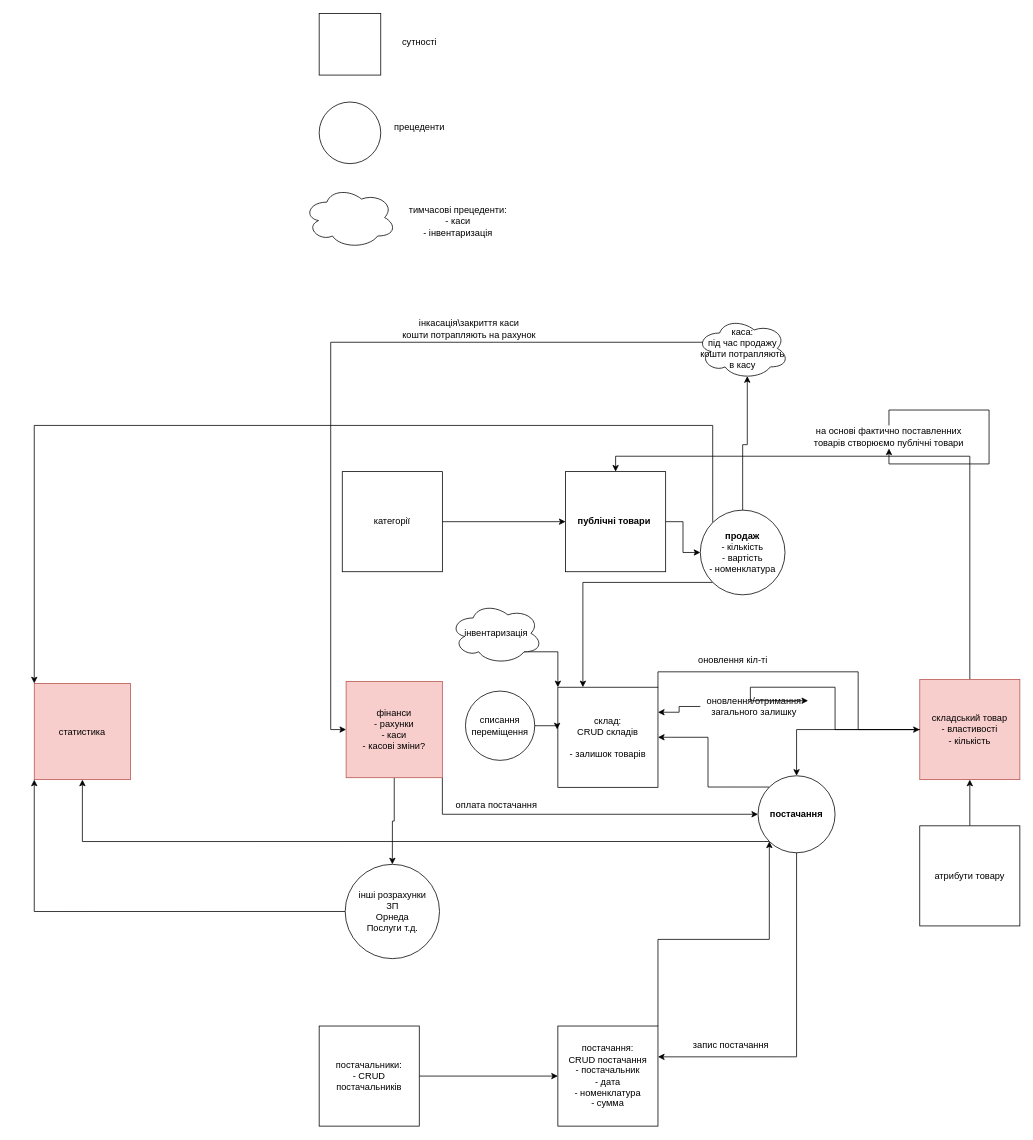
Before: Диаграмма без названия.drawio in KostrebaDV/draw, a draw.io diagram. Source tidied: cells renumbered, new cells numbered last; positions are measured from the earlier drawing's top-left corner, leaving out a move shared by most shapes. Both pictures are drawn from the tidied source at 77%, with x=0, y=0 at pixel (34, 13).
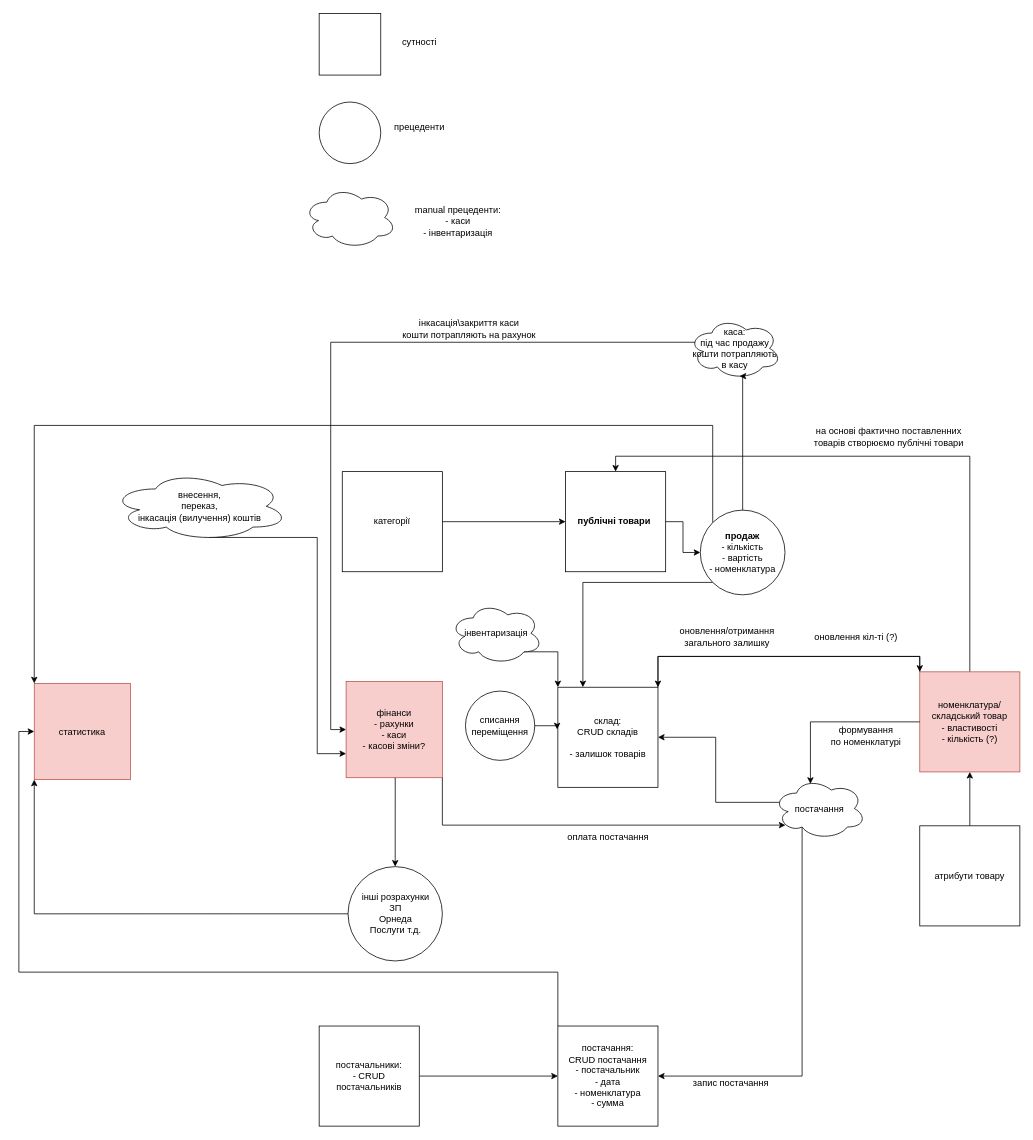
After the change.

The change refers to these unchanged cells:
```xml
<mxCell id="7" value="склад:&lt;div&gt;CRUD складів&lt;/div&gt;&lt;div&gt;&lt;br&gt;&lt;/div&gt;&lt;div&gt;- залишок товарів&lt;/div&gt;" style="whiteSpace=wrap;html=1;" parent="1" vertex="1">
  <mxGeometry x="680" y="875" width="130" height="130" as="geometry" />
</mxCell>
<mxCell id="13" value="постачання:&lt;div&gt;CRUD постачання&lt;/div&gt;&lt;div&gt;- постачальник&lt;/div&gt;&lt;div&gt;- дата&lt;/div&gt;&lt;div&gt;- номенклатура&lt;/div&gt;&lt;div&gt;- сумма&lt;/div&gt;" style="whiteSpace=wrap;html=1;" parent="1" vertex="1">
  <mxGeometry x="680" y="1315" width="130" height="130" as="geometry" />
</mxCell>
<mxCell id="17" value="на основі фактично поставленних товарів створюємо публічні товари" style="text;html=1;align=center;verticalAlign=middle;whiteSpace=wrap;rounded=0;" parent="1" vertex="1">
  <mxGeometry x="1000" y="535" width="220" height="30" as="geometry" />
</mxCell>
<mxCell id="22" value="&lt;b&gt;продаж&lt;/b&gt;&lt;div&gt;- кількість&lt;/div&gt;&lt;div&gt;- вартість&lt;/div&gt;&lt;div&gt;- номенклатура&lt;/div&gt;" style="ellipse;whiteSpace=wrap;html=1;" parent="1" vertex="1">
  <mxGeometry x="865" y="645" width="110" height="110" as="geometry" />
</mxCell>
<mxCell id="32" value="фінанси&lt;div&gt;- рахунки&lt;/div&gt;&lt;div&gt;- каси&lt;/div&gt;&lt;div&gt;- касові зміни?&lt;/div&gt;" style="whiteSpace=wrap;html=1;fillColor=#f8cecc;strokeColor=#b85450;" parent="1" vertex="1">
  <mxGeometry x="405" y="867.5" width="125" height="125" as="geometry" />
</mxCell>
<mxCell id="47" value="статистика" style="whiteSpace=wrap;html=1;fillColor=#f8cecc;strokeColor=#b85450;" parent="1" vertex="1">
  <mxGeometry y="870" width="125" height="125" as="geometry" />
</mxCell>
```

The edit, as a diff of the source:
```diff
@@
-    <mxCell id="3" value="складський товар&lt;div&gt;- властивості&lt;/div&gt;&lt;div&gt;- кількість&lt;/div&gt;" style="whiteSpace=wrap;html=1;fillColor=#f8cecc;strokeColor=#b85450;" parent="1" vertex="1">
-      <mxGeometry x="1150" y="865" width="130" height="130" as="geometry" />
+    <mxCell id="3" value="номенклатура/&lt;div&gt;складський товар&lt;div&gt;- властивості&lt;/div&gt;&lt;div&gt;- кількість (?&lt;span style=&quot;background-color: initial;&quot;&gt;)&lt;/span&gt;&lt;/div&gt;&lt;/div&gt;" style="whiteSpace=wrap;html=1;fillColor=#f8cecc;strokeColor=#b85450;" parent="1" vertex="1">
+      <mxGeometry x="1150" y="855" width="130" height="130" as="geometry" />
     </mxCell>
@@
+    <mxCell id="52" style="edgeStyle=orthogonalEdgeStyle;rounded=0;jettySize=auto;html=1;exitX=0;exitY=0;exitDx=0;exitDy=0;entryX=1;entryY=0;entryDx=0;entryDy=0;" parent="1" edge="1" source="3" target="7">
+      <mxGeometry relative="1" as="geometry">
+        <Array as="points">
+          <mxPoint x="1150" y="835" />
+          <mxPoint x="810" y="835" />
+        </Array>
+      </mxGeometry>
+    </mxCell>
-    <mxCell id="6" style="edgeStyle=orthogonalEdgeStyle;rounded=0;jettySize=auto;html=1;exitX=1;exitY=0;exitDx=0;exitDy=0;entryX=0;entryY=0.5;entryDx=0;entryDy=0;" parent="1" edge="1" source="7" target="3">
-      <mxGeometry relative="1" as="geometry">
-        <Array as="points">
-          <mxPoint x="810" y="855" />
-          <mxPoint x="1070" y="855" />
-          <mxPoint x="1070" y="930" />
-        </Array>
-      </mxGeometry>
+    <mxCell id="6" style="edgeStyle=orthogonalEdgeStyle;rounded=0;jettySize=auto;html=1;exitX=1;exitY=0;exitDx=0;exitDy=0;entryX=0;entryY=0;entryDx=0;entryDy=0;" parent="1" edge="1" source="7" target="3">
+      <mxGeometry relative="1" as="geometry" />
     </mxCell>
@@
-    <mxCell id="10" style="edgeStyle=orthogonalEdgeStyle;rounded=0;jettySize=auto;html=1;entryX=0.5;entryY=0;entryDx=0;entryDy=0;" parent="1" edge="1" source="3" target="16">
+    <mxCell id="10" style="edgeStyle=orthogonalEdgeStyle;rounded=0;jettySize=auto;html=1;entryX=0.4;entryY=0.1;entryDx=0;entryDy=0;entryPerimeter=0;" parent="1" edge="1" source="3" target="16">
       <mxGeometry relative="1" as="geometry" />
     </mxCell>
-    <mxCell id="11" style="edgeStyle=orthogonalEdgeStyle;rounded=0;jettySize=auto;html=1;exitX=0;exitY=0.5;exitDx=0;exitDy=0;entryX=1;entryY=0.25;entryDx=0;entryDy=0;" parent="1" edge="1" source="25" target="7">
-      <mxGeometry relative="1" as="geometry" />
-    </mxCell>
-    <mxCell id="12" style="edgeStyle=orthogonalEdgeStyle;rounded=0;jettySize=auto;html=1;exitX=1;exitY=0;exitDx=0;exitDy=0;entryX=0;entryY=1;entryDx=0;entryDy=0;" parent="1" edge="1" source="13" target="16">
-      <mxGeometry relative="1" as="geometry" />
-    </mxCell>
+    <mxCell id="53" style="edgeStyle=orthogonalEdgeStyle;rounded=0;jettySize=auto;html=1;exitX=0;exitY=0;exitDx=0;exitDy=0;entryX=0;entryY=0.5;entryDx=0;entryDy=0;" parent="1" edge="1" source="13" target="47">
+      <mxGeometry relative="1" as="geometry">
+        <Array as="points">
+          <mxPoint x="680" y="1245" />
+          <mxPoint x="-20" y="1245" />
+          <mxPoint x="-20" y="933" />
+        </Array>
+      </mxGeometry>
+    </mxCell>
@@
-    <mxCell id="14" style="edgeStyle=orthogonalEdgeStyle;rounded=0;jettySize=auto;html=1;exitX=0;exitY=0;exitDx=0;exitDy=0;entryX=1;entryY=0.5;entryDx=0;entryDy=0;" parent="1" edge="1" source="16" target="7">
-      <mxGeometry relative="1" as="geometry" />
-    </mxCell>
-    <mxCell id="15" style="edgeStyle=orthogonalEdgeStyle;rounded=0;jettySize=auto;html=1;exitX=0;exitY=1;exitDx=0;exitDy=0;entryX=0.5;entryY=1;entryDx=0;entryDy=0;" parent="1" edge="1" source="16" target="47">
-      <mxGeometry relative="1" as="geometry" />
-    </mxCell>
-    <mxCell id="16" value="&lt;b&gt;постачання&lt;/b&gt;" style="ellipse;whiteSpace=wrap;html=1;" parent="1" vertex="1">
-      <mxGeometry x="940" y="990" width="100" height="100" as="geometry" />
-    </mxCell>
@@
-    <mxCell id="18" style="edgeStyle=orthogonalEdgeStyle;rounded=0;jettySize=auto;html=1;exitX=0.5;exitY=1;exitDx=0;exitDy=0;entryX=1;entryY=0.308;entryDx=0;entryDy=0;entryPerimeter=0;" parent="1" edge="1" source="16" target="13">
-      <mxGeometry relative="1" as="geometry" />
-    </mxCell>
     <mxCell id="19" value="запис постачання" style="text;html=1;align=center;verticalAlign=middle;whiteSpace=wrap;rounded=0;" parent="1" vertex="1">
-      <mxGeometry x="850" y="1325" width="110" height="30" as="geometry" />
+      <mxGeometry x="850" y="1375" width="110" height="30" as="geometry" />
     </mxCell>
@@
-    <mxCell id="23" value="оновлення кіл-ті" style="text;html=1;align=center;verticalAlign=middle;whiteSpace=wrap;rounded=0;" parent="1" vertex="1">
-      <mxGeometry x="850" y="825" width="115" height="30" as="geometry" />
+    <mxCell id="23" value="оновлення кіл-ті (?&lt;span style=&quot;background-color: initial;&quot;&gt;)&lt;/span&gt;" style="text;html=1;align=center;verticalAlign=middle;whiteSpace=wrap;rounded=0;" parent="1" vertex="1">
+      <mxGeometry x="1010" y="795" width="115" height="30" as="geometry" />
     </mxCell>
-    <mxCell id="24" style="edgeStyle=orthogonalEdgeStyle;rounded=0;jettySize=auto;html=1;exitX=0;exitY=0.5;exitDx=0;exitDy=0;entryX=1;entryY=0.25;entryDx=0;entryDy=0;" parent="1" edge="1" source="3" target="25">
-      <mxGeometry relative="1" as="geometry">
-        <Array as="points">
-          <mxPoint x="1040" y="875" />
-          <mxPoint x="930" y="875" />
-          <mxPoint x="930" y="893" />
-        </Array>
-      </mxGeometry>
-    </mxCell>
     <mxCell id="25" value="оновлення/отримання загального залишку" style="text;html=1;align=center;verticalAlign=middle;whiteSpace=wrap;rounded=0;" parent="1" vertex="1">
-      <mxGeometry x="865" y="885" width="140" height="30" as="geometry" />
+      <mxGeometry x="830" y="795" width="140" height="30" as="geometry" />
     </mxCell>
@@
-    <mxCell id="30" style="edgeStyle=orthogonalEdgeStyle;rounded=0;jettySize=auto;html=1;exitX=1;exitY=1;exitDx=0;exitDy=0;entryX=0;entryY=0.5;entryDx=0;entryDy=0;" parent="1" edge="1" source="32" target="16">
-      <mxGeometry relative="1" as="geometry" />
-    </mxCell>
     <mxCell id="31" style="edgeStyle=orthogonalEdgeStyle;rounded=0;jettySize=auto;html=1;exitX=0.5;exitY=1;exitDx=0;exitDy=0;entryX=0.5;entryY=0;entryDx=0;entryDy=0;" parent="1" edge="1" source="32" target="39">
-      <mxGeometry relative="1" as="geometry" />
+      <mxGeometry relative="1" as="geometry">
+        <Array as="points">
+          <mxPoint x="469" y="993" />
+        </Array>
+      </mxGeometry>
     </mxCell>
@@
     <mxCell id="34" value="каса:&lt;div&gt;під час продажу кошти потрапляють в касу&lt;/div&gt;" style="ellipse;shape=cloud;whiteSpace=wrap;html=1;" parent="1" vertex="1">
-      <mxGeometry x="860" y="395" width="120" height="80" as="geometry" />
+      <mxGeometry x="850" y="395" width="120" height="80" as="geometry" />
     </mxCell>
     <mxCell id="35" style="edgeStyle=orthogonalEdgeStyle;rounded=0;jettySize=auto;html=1;exitX=0.5;exitY=0;exitDx=0;exitDy=0;entryX=0.55;entryY=0.95;entryDx=0;entryDy=0;entryPerimeter=0;" parent="1" edge="1" source="22" target="34">
-      <mxGeometry relative="1" as="geometry" />
+      <mxGeometry relative="1" as="geometry">
+        <Array as="points">
+          <mxPoint x="920" y="471" />
+        </Array>
+      </mxGeometry>
     </mxCell>
@@
     <mxCell id="37" value="оплата постачання" style="text;html=1;align=center;verticalAlign=middle;strokeColor=none;fillColor=none;" parent="1" vertex="1">
-      <mxGeometry x="535" y="1013" width="130" height="30" as="geometry" />
+      <mxGeometry x="680" y="1055" width="130" height="30" as="geometry" />
     </mxCell>
@@
     <mxCell id="39" value="інші розрахунки&lt;div&gt;ЗП&lt;/div&gt;&lt;div&gt;Орнеда&lt;br&gt;Послуги т.д.&lt;/div&gt;" style="ellipse;whiteSpace=wrap;html=1;" parent="1" vertex="1">
-      <mxGeometry x="403.8" y="1105" width="122.5" height="122.5" as="geometry" />
+      <mxGeometry x="407.5" y="1108" width="122.5" height="122.5" as="geometry" />
     </mxCell>
@@
-    <mxCell id="45" value="тимчасові прецеденти:&lt;br&gt;- каси&lt;div&gt;- інвентаризація&lt;/div&gt;" style="text;html=1;align=center;verticalAlign=middle;strokeColor=none;fillColor=none;" parent="1" vertex="1">
-      <mxGeometry x="475" y="240" width="150" height="60" as="geometry" />
+    <mxCell id="45" value="manual прецеденти:&lt;br&gt;- каси&lt;div&gt;- інвентаризація&lt;/div&gt;" style="text;html=1;align=center;verticalAlign=middle;strokeColor=none;fillColor=none;" parent="1" vertex="1">
+      <mxGeometry x="480" y="240" width="140" height="60" as="geometry" />
     </mxCell>
-    <mxCell id="46" style="edgeStyle=orthogonalEdgeStyle;rounded=0;orthogonalLoop=1;jettySize=auto;html=1;exitX=0.5;exitY=0;exitDx=0;exitDy=0;" parent="1" edge="1" source="17" target="17">
-      <mxGeometry relative="1" as="geometry" />
-    </mxCell>
@@
+    <mxCell id="14" style="edgeStyle=orthogonalEdgeStyle;rounded=0;jettySize=auto;html=1;exitX=0.07;exitY=0.4;exitDx=0;exitDy=0;exitPerimeter=0;entryX=1;entryY=0.5;entryDx=0;entryDy=0;" parent="1" edge="1" source="16" target="7">
+      <mxGeometry relative="1" as="geometry" />
+    </mxCell>
+    <mxCell id="18" style="edgeStyle=orthogonalEdgeStyle;rounded=0;jettySize=auto;html=1;exitX=0.31;exitY=0.8;exitDx=0;exitDy=0;exitPerimeter=0;entryX=1;entryY=0.5;entryDx=0;entryDy=0;" parent="1" edge="1" source="16" target="13">
+      <mxGeometry relative="1" as="geometry">
+        <Array as="points">
+          <mxPoint x="997" y="1380" />
+        </Array>
+      </mxGeometry>
+    </mxCell>
+    <mxCell id="16" value="постачання" style="ellipse;shape=cloud;whiteSpace=wrap;html=1;" parent="1" vertex="1">
+      <mxGeometry x="960" y="992.5" width="120" height="80" as="geometry" />
+    </mxCell>
+    <mxCell id="30" style="edgeStyle=orthogonalEdgeStyle;rounded=0;jettySize=auto;html=1;exitX=1;exitY=1;exitDx=0;exitDy=0;entryX=0.13;entryY=0.77;entryDx=0;entryDy=0;entryPerimeter=0;" parent="1" edge="1" source="32" target="16">
+      <mxGeometry relative="1" as="geometry" />
+    </mxCell>
+    <mxCell id="54" value="формування&lt;div&gt;по номенклатурі&lt;/div&gt;" style="text;html=1;align=center;verticalAlign=middle;strokeColor=none;fillColor=none;" parent="1" vertex="1">
+      <mxGeometry x="1020" y="918" width="120" height="40" as="geometry" />
+    </mxCell>
+    <mxCell id="55" style="edgeStyle=orthogonalEdgeStyle;rounded=0;jettySize=auto;html=1;exitX=0.55;exitY=0.95;exitDx=0;exitDy=0;exitPerimeter=0;entryX=0;entryY=0.75;entryDx=0;entryDy=0;" parent="1" edge="1" source="56" target="32">
+      <mxGeometry relative="1" as="geometry" />
+    </mxCell>
+    <mxCell id="56" value="внесення,&lt;div&gt;переказ,&lt;br&gt;&lt;div&gt;інкасація (вилучення) коштів&lt;/div&gt;&lt;/div&gt;" style="ellipse;shape=cloud;whiteSpace=wrap;html=1;" parent="1" vertex="1">
+      <mxGeometry x="100" y="595" width="230" height="90" as="geometry" />
+    </mxCell>
```
